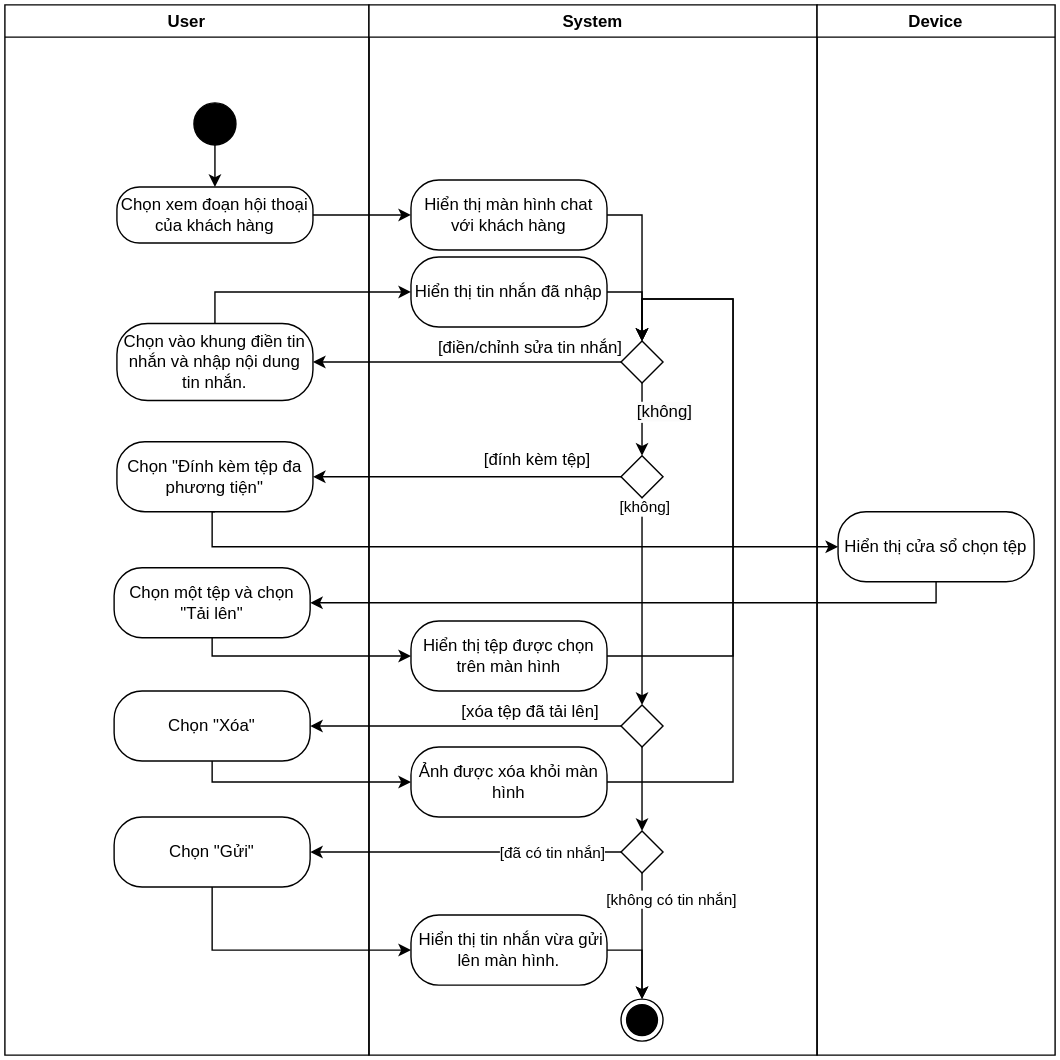
DavidNguyen2212/DACN-TN_Chatbot_for_Enterprise keeps this draw.io diagram as Dg_Activity/Activity Diagram-ReplyCustomerMessage.svg. Above is the earlier version. Source tidied: cells renumbered, new cells last; positions are measured from the earlier drawing's top-left corner, leaving out a move shared by most shapes.
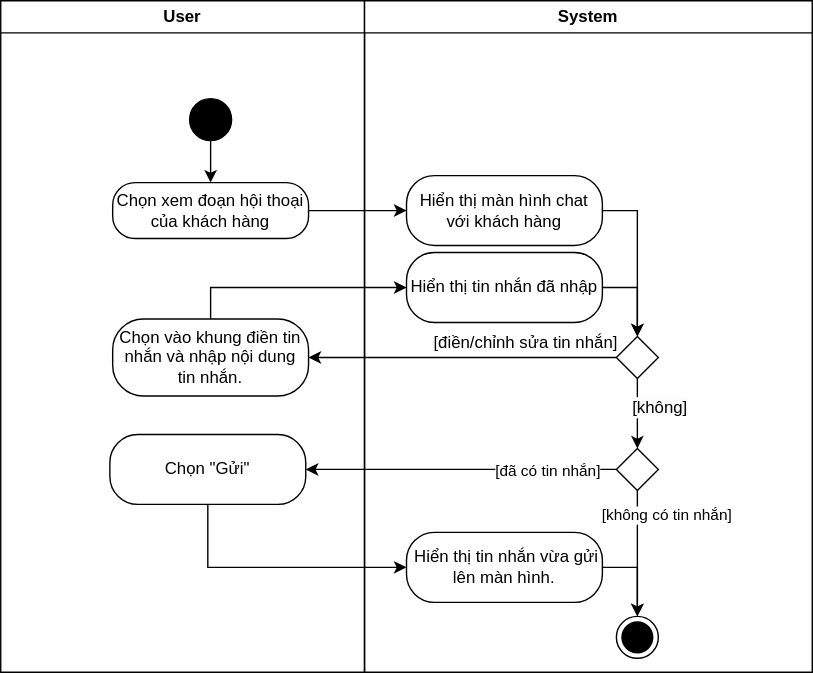
After the change.

What changed in the source:
```diff
@@ -3,7 +3,7 @@
     <mxCell id="0" />
     <mxCell id="1" parent="0" />
     <mxCell id="2" value="User" style="swimlane;whiteSpace=wrap;html=1;" parent="1" vertex="1">
-      <mxGeometry width="260" height="750" as="geometry" />
+      <mxGeometry width="260" height="480" as="geometry" />
     </mxCell>
     <mxCell id="3" style="edgeStyle=orthogonalEdgeStyle;rounded=0;jettySize=auto;html=1;entryX=0.5;entryY=0;entryDx=0;entryDy=0;" parent="2" edge="1" source="4" target="5">
       <mxGeometry relative="1" as="geometry" />
@@ -17,43 +17,56 @@
     <mxCell id="6" style="edgeStyle=orthogonalEdgeStyle;rounded=0;jettySize=auto;html=1;exitX=0.5;exitY=1;exitDx=0;exitDy=0;entryX=1;entryY=0.5;entryDx=0;entryDy=0;" parent="2" edge="1" source="11" target="9">
       <mxGeometry relative="1" as="geometry" />
     </mxCell>
-    <mxCell id="7" style="edgeStyle=orthogonalEdgeStyle;rounded=0;jettySize=auto;html=1;exitX=0.5;exitY=1;exitDx=0;exitDy=0;entryX=1;entryY=0.5;entryDx=0;entryDy=0;" parent="2" edge="1" source="15" target="13">
-      <mxGeometry relative="1" as="geometry">
-        <Array as="points">
-          <mxPoint x="665" y="427" />
-        </Array>
-      </mxGeometry>
-    </mxCell>
-    <mxCell id="8" style="edgeStyle=orthogonalEdgeStyle;rounded=0;jettySize=auto;html=1;exitX=0.5;exitY=1;exitDx=0;exitDy=0;entryX=0;entryY=0.5;entryDx=0;entryDy=0;" parent="2" edge="1" source="10" target="15">
-      <mxGeometry relative="1" as="geometry">
-        <Array as="points">
-          <mxPoint x="148" y="387" />
-        </Array>
-      </mxGeometry>
-    </mxCell>
     <mxCell id="9" value="Chọn vào khung điền tin nhắn và nhập nội dung tin nhắn." style="rounded=1;whiteSpace=wrap;html=1;arcSize=40;" parent="2" vertex="1">
       <mxGeometry x="80" y="227.5" width="140" height="55" as="geometry" />
     </mxCell>
-    <mxCell id="10" value="Chọn &quot;Đính kèm tệp đa phương tiện&quot;" style="rounded=1;whiteSpace=wrap;html=1;arcSize=40;" parent="2" vertex="1">
-      <mxGeometry x="80" y="312" width="140" height="50" as="geometry" />
-    </mxCell>
     <mxCell id="11" style="rhombus;whiteSpace=wrap;html=1;direction=south;" parent="2" vertex="1">
       <mxGeometry x="440" y="240" width="30" height="30" as="geometry" />
     </mxCell>
     <mxCell id="12" value="Chọn &quot;Gửi&quot;" style="rounded=1;whiteSpace=wrap;html=1;arcSize=40;" parent="2" vertex="1">
-      <mxGeometry x="78" y="580" width="140" height="50" as="geometry" />
+      <mxGeometry x="78" y="310" width="140" height="50" as="geometry" />
     </mxCell>
-    <mxCell id="13" value="Chọn một tệp và chọn &quot;Tải lên&quot;" style="rounded=1;whiteSpace=wrap;html=1;arcSize=40;" parent="2" vertex="1">
-      <mxGeometry x="78" y="402" width="140" height="50" as="geometry" />
-    </mxCell>
-    <mxCell id="14" value="Chọn &quot;Xóa&quot;" style="rounded=1;whiteSpace=wrap;html=1;arcSize=40;" parent="2" vertex="1">
-      <mxGeometry x="78" y="490" width="140" height="50" as="geometry" />
-    </mxCell>
-    <mxCell id="15" value="Hiển thị cửa sổ chọn tệp" style="rounded=1;whiteSpace=wrap;html=1;arcSize=40;" parent="2" vertex="1">
-      <mxGeometry x="595" y="362" width="140" height="50" as="geometry" />
-    </mxCell>
+    <mxCell id="28" value="&amp;nbsp;Hiển thị tin nhắn vừa gửi lên màn hình." style="rounded=1;whiteSpace=wrap;html=1;arcSize=40;" parent="2" vertex="1">
+      <mxGeometry x="290" y="380" width="140" height="50" as="geometry" />
+    </mxCell>
+    <mxCell id="29" style="ellipse;html=1;shape=endState;fillColor=strokeColor;" parent="2" vertex="1">
+      <mxGeometry x="440" y="440" width="30" height="30" as="geometry" />
+    </mxCell>
+    <mxCell id="30" style="edgeStyle=orthogonalEdgeStyle;rounded=0;jettySize=auto;html=1;entryX=0.5;entryY=0;entryDx=0;entryDy=0;" parent="2" edge="1" source="28" target="29">
+      <mxGeometry relative="1" as="geometry" />
+    </mxCell>
+    <mxCell id="31" value="&lt;span style=&quot;color: rgba(0, 0, 0, 0); font-family: monospace; font-size: 0px; text-align: start; text-wrap: nowrap;&quot;&gt;%3CmxGraphModel%3E%3Croot%3E%3CmxCell%20id%3D%220%22%2F%3E%3CmxCell%20id%3D%221%22%20parent%3D%220%22%2F%3E%3CmxCell%20id%3D%222%22%20value%3D%22%22%20style%3D%22rhombus%3BwhiteSpace%3Dwrap%3Bhtml%3D1%3Bdirection%3Dsouth%3B%22%20vertex%3D%221%22%20parent%3D%221%22%3E%3CmxGeometry%20x%3D%221295%22%20y%3D%22870%22%20width%3D%2230%22%20height%3D%2230%22%20as%3D%22geometry%22%2F%3E%3C%2FmxCell%3E%3C%2Froot%3E%3C%2FmxGraphModel%3E&lt;/span&gt;" style="rhombus;whiteSpace=wrap;html=1;direction=south;" parent="2" vertex="1">
+      <mxGeometry x="440" y="320" width="30" height="30" as="geometry" />
+    </mxCell>
+    <mxCell id="39" style="edgeStyle=orthogonalEdgeStyle;rounded=0;jettySize=auto;html=1;exitX=1;exitY=0.5;exitDx=0;exitDy=0;entryX=0;entryY=0.5;entryDx=0;entryDy=0;" parent="2" edge="1" source="11" target="31">
+      <mxGeometry relative="1" as="geometry" />
+    </mxCell>
+    <mxCell id="40" value="&lt;span style=&quot;font-size: 12px; background-color: rgb(251, 251, 251);&quot;&gt;[không]&lt;/span&gt;" style="edgeLabel;html=1;align=center;verticalAlign=middle;" parent="39" vertex="1">
+      <mxGeometry x="-0.92" y="-3" relative="1" as="geometry">
+        <mxPoint x="18" y="18" as="offset" />
+      </mxGeometry>
+    </mxCell>
+    <mxCell id="32" style="edgeStyle=orthogonalEdgeStyle;rounded=0;jettySize=auto;html=1;exitX=1;exitY=0.5;exitDx=0;exitDy=0;entryX=0.5;entryY=0;entryDx=0;entryDy=0;" parent="2" edge="1" source="31" target="29">
+      <mxGeometry relative="1" as="geometry" />
+    </mxCell>
+    <mxCell id="33" value="[không có tin nhắn]" style="edgeLabel;html=1;align=center;verticalAlign=middle;" parent="32" vertex="1">
+      <mxGeometry x="-0.58" y="3" relative="1" as="geometry">
+        <mxPoint x="17" y="-2" as="offset" />
+      </mxGeometry>
+    </mxCell>
+    <mxCell id="48" style="edgeStyle=orthogonalEdgeStyle;rounded=0;jettySize=auto;html=1;exitX=0.5;exitY=1;exitDx=0;exitDy=0;entryX=1;entryY=0.5;entryDx=0;entryDy=0;" parent="2" edge="1" source="31" target="12">
+      <mxGeometry relative="1" as="geometry" />
+    </mxCell>
+    <mxCell id="49" value="[đã có tin nhắn]" style="edgeLabel;html=1;align=center;verticalAlign=middle;" parent="48" vertex="1">
+      <mxGeometry x="-0.7" y="-3" relative="1" as="geometry">
+        <mxPoint x="-16" y="3" as="offset" />
+      </mxGeometry>
+    </mxCell>
+    <mxCell id="50" style="edgeStyle=orthogonalEdgeStyle;rounded=0;jettySize=auto;html=1;exitX=0.5;exitY=1;exitDx=0;exitDy=0;entryX=0;entryY=0.5;entryDx=0;entryDy=0;" parent="2" edge="1" source="12" target="28">
+      <mxGeometry relative="1" as="geometry" />
+    </mxCell>
     <mxCell id="16" value="System" style="swimlane;whiteSpace=wrap;html=1;" parent="1" vertex="1">
-      <mxGeometry x="260" width="320" height="750" as="geometry" />
+      <mxGeometry x="260" width="320" height="480" as="geometry" />
     </mxCell>
     <mxCell id="17" value="Hiển thị màn hình chat với khách hàng" style="rounded=1;whiteSpace=wrap;html=1;arcSize=40;" parent="16" vertex="1">
       <mxGeometry x="30" y="125" width="140" height="50" as="geometry" />
@@ -64,56 +77,9 @@
     <mxCell id="19" value="[điền/chỉnh sửa tin nhắn]" style="text;html=1;align=center;verticalAlign=middle;strokeColor=none;fillColor=none;" parent="16" vertex="1">
       <mxGeometry x="40" y="230" width="150" height="30" as="geometry" />
     </mxCell>
-    <mxCell id="20" style="rhombus;whiteSpace=wrap;html=1;direction=south;" parent="16" vertex="1">
-      <mxGeometry x="180" y="322" width="30" height="30" as="geometry" />
-    </mxCell>
-    <mxCell id="21" style="edgeStyle=orthogonalEdgeStyle;rounded=0;jettySize=auto;html=1;exitX=1;exitY=0.5;exitDx=0;exitDy=0;entryX=0;entryY=0.5;entryDx=0;entryDy=0;" parent="16" edge="1" source="22" target="31">
-      <mxGeometry relative="1" as="geometry" />
-    </mxCell>
-    <mxCell id="22" style="rhombus;whiteSpace=wrap;html=1;direction=south;" parent="16" vertex="1">
-      <mxGeometry x="180" y="500" width="30" height="30" as="geometry" />
-    </mxCell>
-    <mxCell id="23" style="edgeStyle=orthogonalEdgeStyle;rounded=0;jettySize=auto;html=1;exitX=1;exitY=0.5;exitDx=0;exitDy=0;entryX=0;entryY=0.5;entryDx=0;entryDy=0;" parent="16" edge="1" source="20" target="22">
-      <mxGeometry relative="1" as="geometry" />
-    </mxCell>
-    <mxCell id="24" value="[không]" style="edgeLabel;html=1;align=center;verticalAlign=middle;" parent="23" vertex="1">
-      <mxGeometry x="-0.92" y="1" relative="1" as="geometry" />
-    </mxCell>
-    <mxCell id="25" value="Hiển thị tệp được chọn trên màn hình" style="rounded=1;whiteSpace=wrap;html=1;arcSize=40;" parent="16" vertex="1">
-      <mxGeometry x="30" y="440" width="140" height="50" as="geometry" />
-    </mxCell>
-    <mxCell id="26" value="[xóa tệp đã tải lên]" style="text;html=1;align=center;verticalAlign=middle;strokeColor=none;fillColor=none;" parent="16" vertex="1">
-      <mxGeometry x="55" y="490" width="120" height="30" as="geometry" />
-    </mxCell>
-    <mxCell id="27" value="Ảnh được xóa khỏi màn hình" style="rounded=1;whiteSpace=wrap;html=1;arcSize=40;" parent="16" vertex="1">
-      <mxGeometry x="30" y="530" width="140" height="50" as="geometry" />
-    </mxCell>
-    <mxCell id="28" value="&amp;nbsp;Hiển thị tin nhắn vừa gửi lên màn hình." style="rounded=1;whiteSpace=wrap;html=1;arcSize=40;" parent="16" vertex="1">
-      <mxGeometry x="30" y="650" width="140" height="50" as="geometry" />
-    </mxCell>
-    <mxCell id="29" style="ellipse;html=1;shape=endState;fillColor=strokeColor;" parent="16" vertex="1">
-      <mxGeometry x="180" y="710" width="30" height="30" as="geometry" />
-    </mxCell>
-    <mxCell id="30" style="edgeStyle=orthogonalEdgeStyle;rounded=0;jettySize=auto;html=1;entryX=0.5;entryY=0;entryDx=0;entryDy=0;" parent="16" edge="1" source="28" target="29">
-      <mxGeometry relative="1" as="geometry" />
-    </mxCell>
-    <mxCell id="31" value="&lt;span style=&quot;color: rgba(0, 0, 0, 0); font-family: monospace; font-size: 0px; text-align: start; text-wrap: nowrap;&quot;&gt;%3CmxGraphModel%3E%3Croot%3E%3CmxCell%20id%3D%220%22%2F%3E%3CmxCell%20id%3D%221%22%20parent%3D%220%22%2F%3E%3CmxCell%20id%3D%222%22%20value%3D%22%22%20style%3D%22rhombus%3BwhiteSpace%3Dwrap%3Bhtml%3D1%3Bdirection%3Dsouth%3B%22%20vertex%3D%221%22%20parent%3D%221%22%3E%3CmxGeometry%20x%3D%221295%22%20y%3D%22870%22%20width%3D%2230%22%20height%3D%2230%22%20as%3D%22geometry%22%2F%3E%3C%2FmxCell%3E%3C%2Froot%3E%3C%2FmxGraphModel%3E&lt;/span&gt;" style="rhombus;whiteSpace=wrap;html=1;direction=south;" parent="16" vertex="1">
-      <mxGeometry x="180" y="590" width="30" height="30" as="geometry" />
-    </mxCell>
-    <mxCell id="32" style="edgeStyle=orthogonalEdgeStyle;rounded=0;jettySize=auto;html=1;exitX=1;exitY=0.5;exitDx=0;exitDy=0;entryX=0.5;entryY=0;entryDx=0;entryDy=0;" parent="16" edge="1" source="31" target="29">
-      <mxGeometry relative="1" as="geometry" />
-    </mxCell>
-    <mxCell id="33" value="[không có tin nhắn]" style="edgeLabel;html=1;align=center;verticalAlign=middle;" parent="32" vertex="1">
-      <mxGeometry x="-0.58" y="3" relative="1" as="geometry">
-        <mxPoint x="17" y="-2" as="offset" />
-      </mxGeometry>
-    </mxCell>
     <mxCell id="34" style="edgeStyle=orthogonalEdgeStyle;rounded=0;jettySize=auto;html=1;entryX=0;entryY=0.5;entryDx=0;entryDy=0;" parent="1" edge="1" source="5" target="17">
       <mxGeometry relative="1" as="geometry" />
     </mxCell>
-    <mxCell id="35" value="Device" style="swimlane;whiteSpace=wrap;html=1;" parent="1" vertex="1">
-      <mxGeometry x="580" width="170" height="750" as="geometry" />
-    </mxCell>
     <mxCell id="36" style="edgeStyle=orthogonalEdgeStyle;rounded=0;jettySize=auto;html=1;exitX=1;exitY=0.5;exitDx=0;exitDy=0;entryX=0;entryY=0.5;entryDx=0;entryDy=0;" parent="1" edge="1" source="17" target="11">
       <mxGeometry relative="1" as="geometry" />
     </mxCell>
@@ -123,65 +89,5 @@
     <mxCell id="38" style="edgeStyle=orthogonalEdgeStyle;rounded=0;jettySize=auto;html=1;exitX=1;exitY=0.5;exitDx=0;exitDy=0;entryX=0;entryY=0.5;entryDx=0;entryDy=0;" parent="1" edge="1" source="18" target="11">
       <mxGeometry relative="1" as="geometry" />
     </mxCell>
-    <mxCell id="39" style="edgeStyle=orthogonalEdgeStyle;rounded=0;jettySize=auto;html=1;exitX=1;exitY=0.5;exitDx=0;exitDy=0;entryX=0;entryY=0.5;entryDx=0;entryDy=0;" parent="1" edge="1" source="11" target="20">
-      <mxGeometry relative="1" as="geometry" />
-    </mxCell>
-    <mxCell id="40" value="&lt;span style=&quot;font-size: 12px; background-color: rgb(251, 251, 251);&quot;&gt;[không]&lt;/span&gt;" style="edgeLabel;html=1;align=center;verticalAlign=middle;" parent="39" vertex="1">
-      <mxGeometry x="-0.92" y="-3" relative="1" as="geometry">
-        <mxPoint x="18" y="18" as="offset" />
-      </mxGeometry>
-    </mxCell>
-    <mxCell id="41" style="edgeStyle=orthogonalEdgeStyle;rounded=0;jettySize=auto;html=1;exitX=0.5;exitY=1;exitDx=0;exitDy=0;entryX=1;entryY=0.5;entryDx=0;entryDy=0;" parent="1" edge="1" source="20" target="10">
-      <mxGeometry relative="1" as="geometry" />
-    </mxCell>
-    <mxCell id="42" value="[đính kèm tệp]" style="text;html=1;align=center;verticalAlign=middle;strokeColor=none;fillColor=none;" parent="1" vertex="1">
-      <mxGeometry x="330" y="310" width="100" height="30" as="geometry" />
-    </mxCell>
-    <mxCell id="43" style="edgeStyle=orthogonalEdgeStyle;rounded=0;jettySize=auto;html=1;exitX=0.5;exitY=1;exitDx=0;exitDy=0;entryX=1;entryY=0.5;entryDx=0;entryDy=0;" parent="1" edge="1" source="22" target="14">
-      <mxGeometry relative="1" as="geometry" />
-    </mxCell>
-    <mxCell id="44" style="edgeStyle=orthogonalEdgeStyle;rounded=0;jettySize=auto;html=1;exitX=0.5;exitY=1;exitDx=0;exitDy=0;entryX=0;entryY=0.5;entryDx=0;entryDy=0;" parent="1" edge="1" source="13" target="25">
-      <mxGeometry relative="1" as="geometry">
-        <Array as="points">
-          <mxPoint x="148" y="465" />
-        </Array>
-      </mxGeometry>
-    </mxCell>
-    <mxCell id="45" style="edgeStyle=orthogonalEdgeStyle;rounded=0;jettySize=auto;html=1;exitX=1;exitY=0.5;exitDx=0;exitDy=0;entryX=0;entryY=0.5;entryDx=0;entryDy=0;" parent="1" edge="1" source="25" target="11">
-      <mxGeometry relative="1" as="geometry">
-        <Array as="points">
-          <mxPoint x="520" y="465" />
-          <mxPoint x="520" y="210" />
-          <mxPoint x="455" y="210" />
-        </Array>
-      </mxGeometry>
-    </mxCell>
-    <mxCell id="46" style="edgeStyle=orthogonalEdgeStyle;rounded=0;jettySize=auto;html=1;exitX=0.5;exitY=1;exitDx=0;exitDy=0;entryX=0;entryY=0.5;entryDx=0;entryDy=0;" parent="1" edge="1" source="14" target="27">
-      <mxGeometry relative="1" as="geometry">
-        <Array as="points">
-          <mxPoint x="148" y="555" />
-        </Array>
-      </mxGeometry>
-    </mxCell>
-    <mxCell id="47" style="edgeStyle=orthogonalEdgeStyle;rounded=0;jettySize=auto;html=1;exitX=1;exitY=0.5;exitDx=0;exitDy=0;entryX=0;entryY=0.5;entryDx=0;entryDy=0;" parent="1" edge="1" source="27" target="11">
-      <mxGeometry relative="1" as="geometry">
-        <Array as="points">
-          <mxPoint x="520" y="555" />
-          <mxPoint x="520" y="210" />
-          <mxPoint x="455" y="210" />
-        </Array>
-      </mxGeometry>
-    </mxCell>
-    <mxCell id="48" style="edgeStyle=orthogonalEdgeStyle;rounded=0;jettySize=auto;html=1;exitX=0.5;exitY=1;exitDx=0;exitDy=0;entryX=1;entryY=0.5;entryDx=0;entryDy=0;" parent="1" edge="1" source="31" target="12">
-      <mxGeometry relative="1" as="geometry" />
-    </mxCell>
-    <mxCell id="49" value="[đã có tin nhắn]" style="edgeLabel;html=1;align=center;verticalAlign=middle;" parent="48" vertex="1">
-      <mxGeometry x="-0.7" y="-3" relative="1" as="geometry">
-        <mxPoint x="-16" y="3" as="offset" />
-      </mxGeometry>
-    </mxCell>
-    <mxCell id="50" style="edgeStyle=orthogonalEdgeStyle;rounded=0;jettySize=auto;html=1;exitX=0.5;exitY=1;exitDx=0;exitDy=0;entryX=0;entryY=0.5;entryDx=0;entryDy=0;" parent="1" edge="1" source="12" target="28">
-      <mxGeometry relative="1" as="geometry" />
-    </mxCell>
   </root>
 </mxGraphModel>
```
